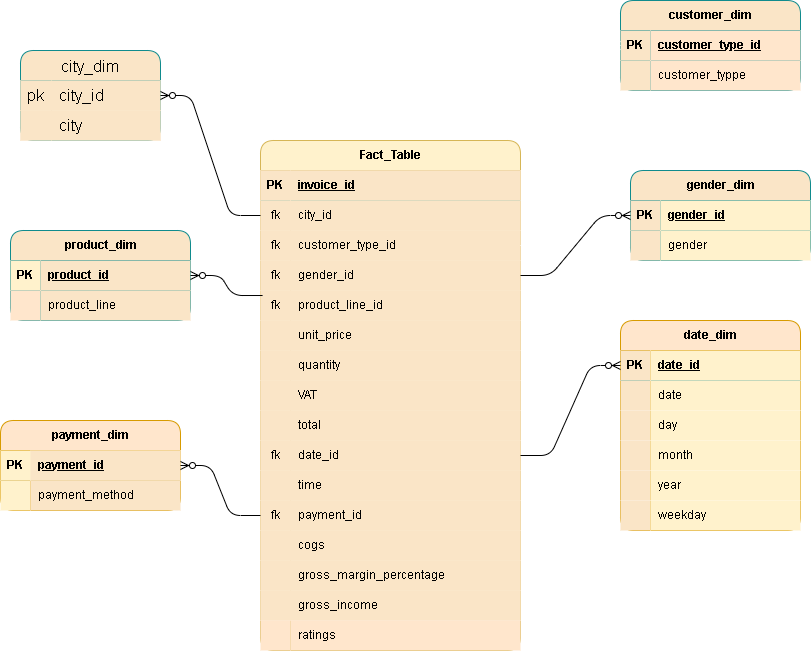
The draw.io diagram WalmartModel.drawio.png in kayikalvin/Walmart-DataAnalysis, before a commit. Source tidied: cells renumbered, new cells last; positions are measured from the earlier drawing's top-left corner, leaving out a move shared by most shapes.
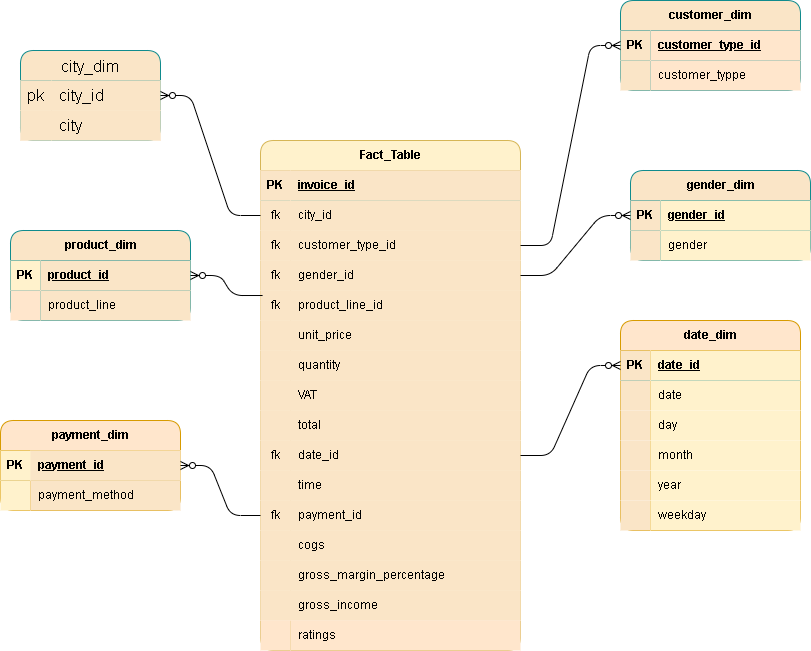
After the change.

Change to the diagram source:
```diff
@@ -194,7 +194,7 @@
     <mxCell id="65" value="customer_typpe" style="shape=partialRectangle;fillColor=#ffe6cc;top=0;left=0;bottom=0;right=0;align=left;spacingLeft=6;overflow=hidden;whiteSpace=wrap;html=1;labelBackgroundColor=none;rounded=1;strokeColor=#d79b00;" parent="63" vertex="1">
       <mxGeometry x="30" width="150" height="30" as="geometry" />
     </mxCell>
-    <mxCell id="66" style="edgeStyle=entityRelationEdgeStyle;fontSize=12;html=1;endArrow=ERzeroToMany;endFill=1;rounded=1;shadow=0;labelBackgroundColor=none;fontColor=#000000;strokeColor=#FFFFFF;" parent="1" edge="1" source="9" target="60">
+    <mxCell id="66" style="edgeStyle=entityRelationEdgeStyle;fontSize=12;html=1;endArrow=ERzeroToMany;endFill=1;rounded=1;shadow=0;labelBackgroundColor=none;fontColor=#000000;" parent="1" edge="1" source="9" target="60">
       <mxGeometry relative="1" as="geometry" />
     </mxCell>
     <mxCell id="67" value="gender_dim" style="shape=table;startSize=30;rowLines=0;fontStyle=1;align=center;html=1;labelBackgroundColor=none;rounded=1;fillColor=#FAE5C7;strokeColor=#0F8B8D;fontColor=#000000;fillStyle=auto;gradientColor=none;" parent="1" vertex="1">
```
